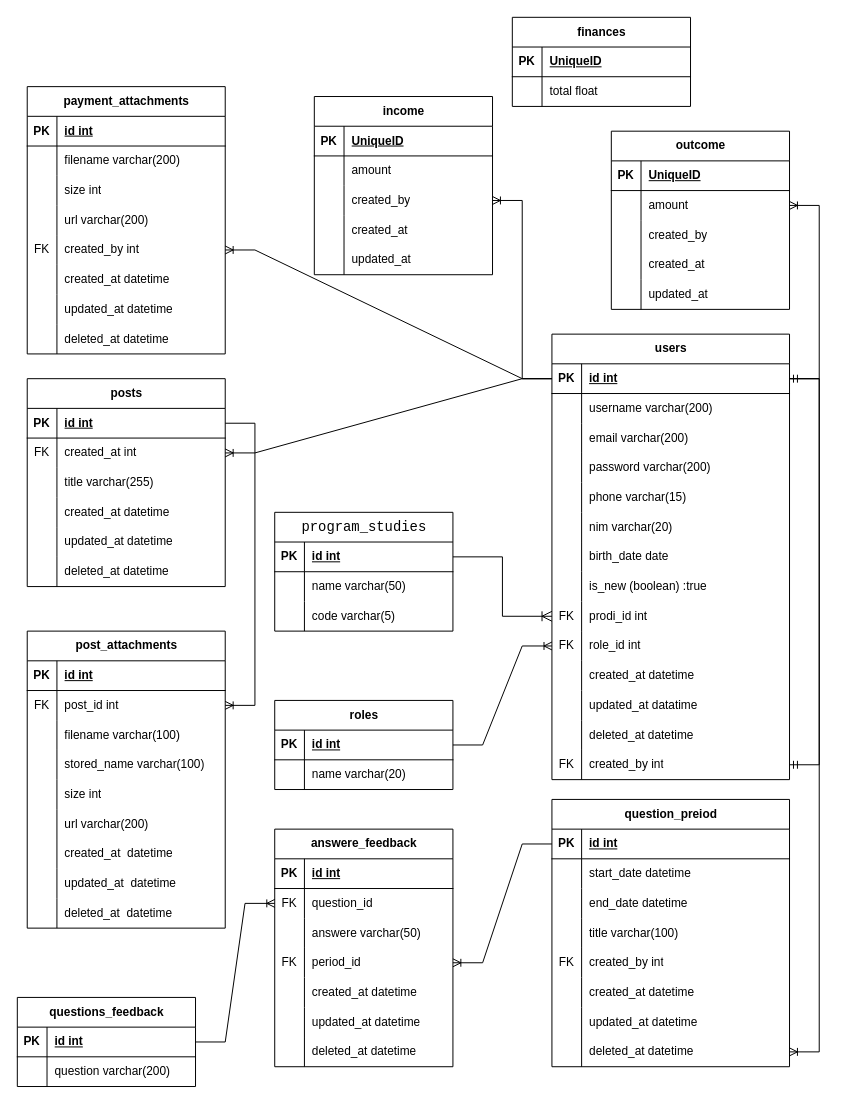
MatsRahmat/LCC-management keeps this draw.io diagram as requirement/LCC-project-2 (1).drawio. Above is the earlier version. Source tidied: cells renumbered, new cells numbered last; positions are measured from the earlier drawing's top-left corner, leaving out a move shared by most shapes. Both pictures are drawn from the tidied source at 99%, with x=0, y=0 at pixel (17, 17).
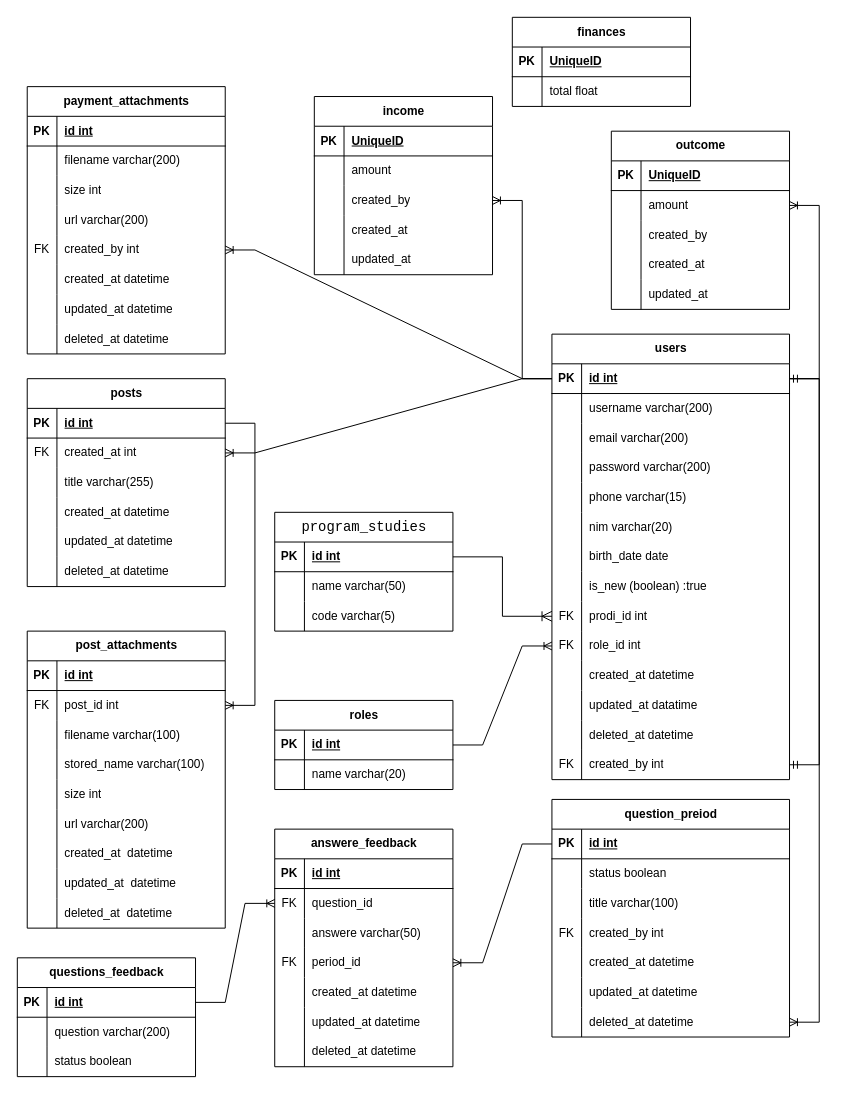
Above is the later version.

Unchanged cells that the change refers to:
```xml
<mxCell id="35" style="shape=tableRow;horizontal=0;startSize=0;swimlaneHead=0;swimlaneBody=0;fillColor=none;top=0;left=0;right=0;bottom=0;" parent="31" vertex="1">
  <mxGeometry y="60" width="240" height="30" as="geometry" />
</mxCell>
```

Change to the diagram source:
```diff
@@
     <mxCell id="2" value="questions_feedback" style="shape=table;startSize=30;childLayout=tableLayout;rowLines=0;fontStyle=1;align=center;html=1;" parent="1" vertex="1">
-      <mxGeometry y="990" width="180" height="90" as="geometry" />
+      <mxGeometry y="950" width="180" height="120" as="geometry" />
     </mxCell>
@@
+    <mxCell id="238" style="shape=tableRow;horizontal=0;startSize=0;swimlaneHead=0;swimlaneBody=0;fillColor=none;top=0;left=0;right=0;bottom=0;" parent="2" vertex="1">
+      <mxGeometry y="60" width="180" height="30" as="geometry" />
+    </mxCell>
+    <mxCell id="39" style="shape=partialRectangle;fillColor=none;top=0;left=0;bottom=0;right=0;overflow=hidden;whiteSpace=wrap;html=1;" parent="238" vertex="1">
+      <mxGeometry width="30" height="30" as="geometry" />
+    </mxCell>
+    <mxCell id="239" value="question varchar(200)" style="shape=partialRectangle;fillColor=none;top=0;left=0;bottom=0;right=0;align=left;spacingLeft=6;overflow=hidden;whiteSpace=wrap;html=1;" parent="238" vertex="1">
+      <mxGeometry x="30" width="150" height="30" as="geometry" />
+    </mxCell>
     <mxCell id="6" style="shape=tableRow;horizontal=0;startSize=0;swimlaneHead=0;swimlaneBody=0;fillColor=none;top=0;left=0;right=0;bottom=0;" parent="2" vertex="1">
-      <mxGeometry y="60" width="180" height="30" as="geometry" />
+      <mxGeometry y="90" width="180" height="30" as="geometry" />
     </mxCell>
@@
-    <mxCell id="8" value="question varchar(200)" style="shape=partialRectangle;fillColor=none;top=0;left=0;bottom=0;right=0;align=left;spacingLeft=6;overflow=hidden;whiteSpace=wrap;html=1;" parent="6" vertex="1">
+    <mxCell id="8" value="status boolean" style="shape=partialRectangle;fillColor=none;top=0;left=0;bottom=0;right=0;align=left;spacingLeft=6;overflow=hidden;whiteSpace=wrap;html=1;" parent="6" vertex="1">
       <mxGeometry x="30" width="150" height="30" as="geometry" />
     </mxCell>
@@
     <mxCell id="31" value="question_preiod" style="shape=table;startSize=30;childLayout=tableLayout;rowLines=0;fontStyle=1;align=center;html=1;" parent="1" vertex="1">
-      <mxGeometry x="540" y="790" width="240" height="270" as="geometry" />
+      <mxGeometry x="540" y="790" width="240" height="240" as="geometry" />
     </mxCell>
@@
-    <mxCell id="37" value="start_date datetime" style="shape=partialRectangle;fillColor=none;top=0;left=0;bottom=0;right=0;align=left;spacingLeft=6;overflow=hidden;whiteSpace=wrap;html=1;" parent="35" vertex="1">
+    <mxCell id="37" value="status boolean" style="shape=partialRectangle;fillColor=none;top=0;left=0;bottom=0;right=0;align=left;spacingLeft=6;overflow=hidden;whiteSpace=wrap;html=1;" parent="35" vertex="1">
       <mxGeometry x="30" width="210" height="30" as="geometry" />
     </mxCell>
-    <mxCell id="38" style="shape=tableRow;horizontal=0;startSize=0;swimlaneHead=0;swimlaneBody=0;fillColor=none;top=0;left=0;right=0;bottom=0;" parent="31" vertex="1">
-      <mxGeometry y="90" width="240" height="30" as="geometry" />
-    </mxCell>
-    <mxCell id="39" style="shape=partialRectangle;fillColor=none;top=0;left=0;bottom=0;right=0;overflow=hidden;whiteSpace=wrap;html=1;" parent="38" vertex="1">
-      <mxGeometry width="30" height="30" as="geometry" />
-    </mxCell>
-    <mxCell id="40" value="end_date datetime" style="shape=partialRectangle;fillColor=none;top=0;left=0;bottom=0;right=0;align=left;spacingLeft=6;overflow=hidden;whiteSpace=wrap;html=1;" parent="38" vertex="1">
-      <mxGeometry x="30" width="210" height="30" as="geometry" />
-    </mxCell>
     <mxCell id="41" style="shape=tableRow;horizontal=0;startSize=0;swimlaneHead=0;swimlaneBody=0;fillColor=none;top=0;left=0;right=0;bottom=0;" parent="31" vertex="1">
-      <mxGeometry y="120" width="240" height="30" as="geometry" />
+      <mxGeometry y="90" width="240" height="30" as="geometry" />
     </mxCell>
@@
     <mxCell id="44" style="shape=tableRow;horizontal=0;startSize=0;swimlaneHead=0;swimlaneBody=0;fillColor=none;top=0;left=0;right=0;bottom=0;" parent="31" vertex="1">
-      <mxGeometry y="150" width="240" height="30" as="geometry" />
+      <mxGeometry y="120" width="240" height="30" as="geometry" />
     </mxCell>
@@
     <mxCell id="47" style="shape=tableRow;horizontal=0;startSize=0;swimlaneHead=0;swimlaneBody=0;fillColor=none;top=0;left=0;right=0;bottom=0;" parent="31" vertex="1">
-      <mxGeometry y="180" width="240" height="30" as="geometry" />
+      <mxGeometry y="150" width="240" height="30" as="geometry" />
     </mxCell>
@@
     <mxCell id="50" style="shape=tableRow;horizontal=0;startSize=0;swimlaneHead=0;swimlaneBody=0;fillColor=none;top=0;left=0;right=0;bottom=0;" parent="31" vertex="1">
-      <mxGeometry y="210" width="240" height="30" as="geometry" />
+      <mxGeometry y="180" width="240" height="30" as="geometry" />
     </mxCell>
@@
     <mxCell id="53" style="shape=tableRow;horizontal=0;startSize=0;swimlaneHead=0;swimlaneBody=0;fillColor=none;points=[[0,0.5],[1,0.5]];portConstraint=eastwest;top=0;left=0;right=0;bottom=0;" parent="31" vertex="1">
-      <mxGeometry y="240" width="240" height="30" as="geometry" />
+      <mxGeometry y="210" width="240" height="30" as="geometry" />
     </mxCell>
```
